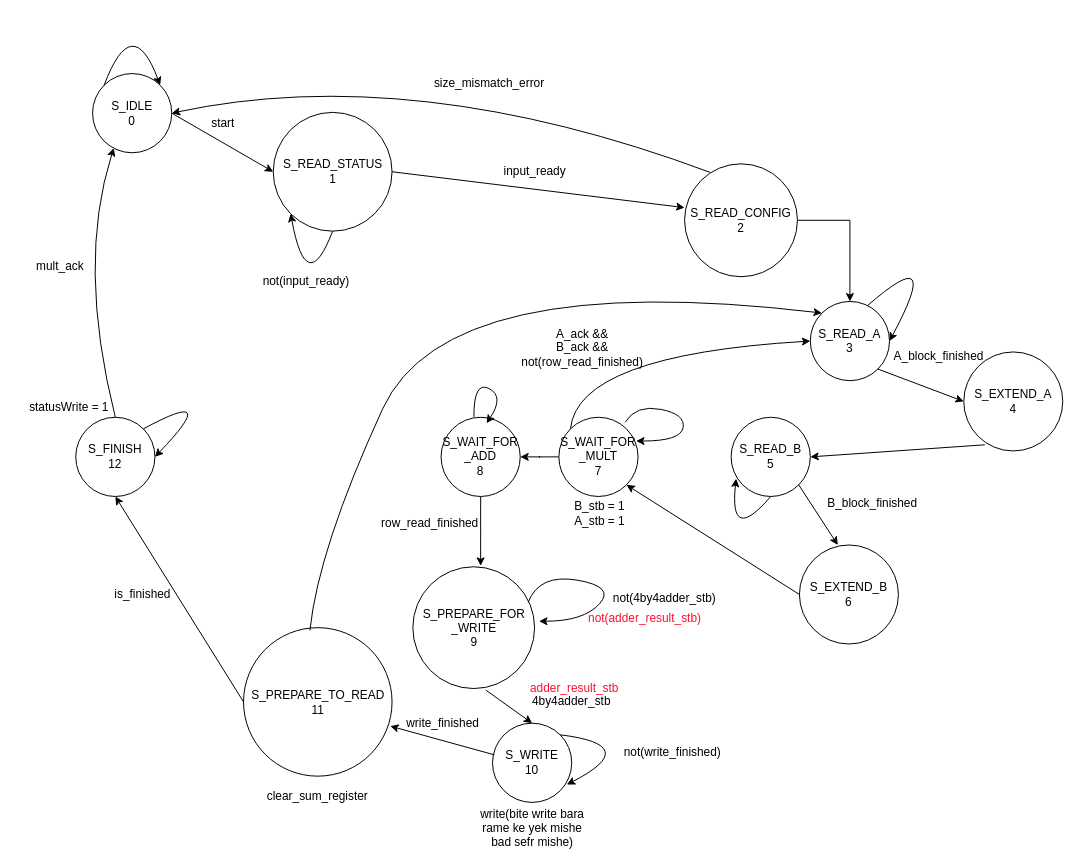
solale427/dsd_project keeps this draw.io diagram as project/modules/top/PROBABLY_LAST.drawio. Above is the earlier version. Source tidied: cells renumbered, new cells numbered last; positions are measured from the earlier drawing's top-left corner, leaving out a move shared by most shapes. Both pictures are drawn from the tidied source at 99%, with x=0, y=0 at pixel (17, 10).
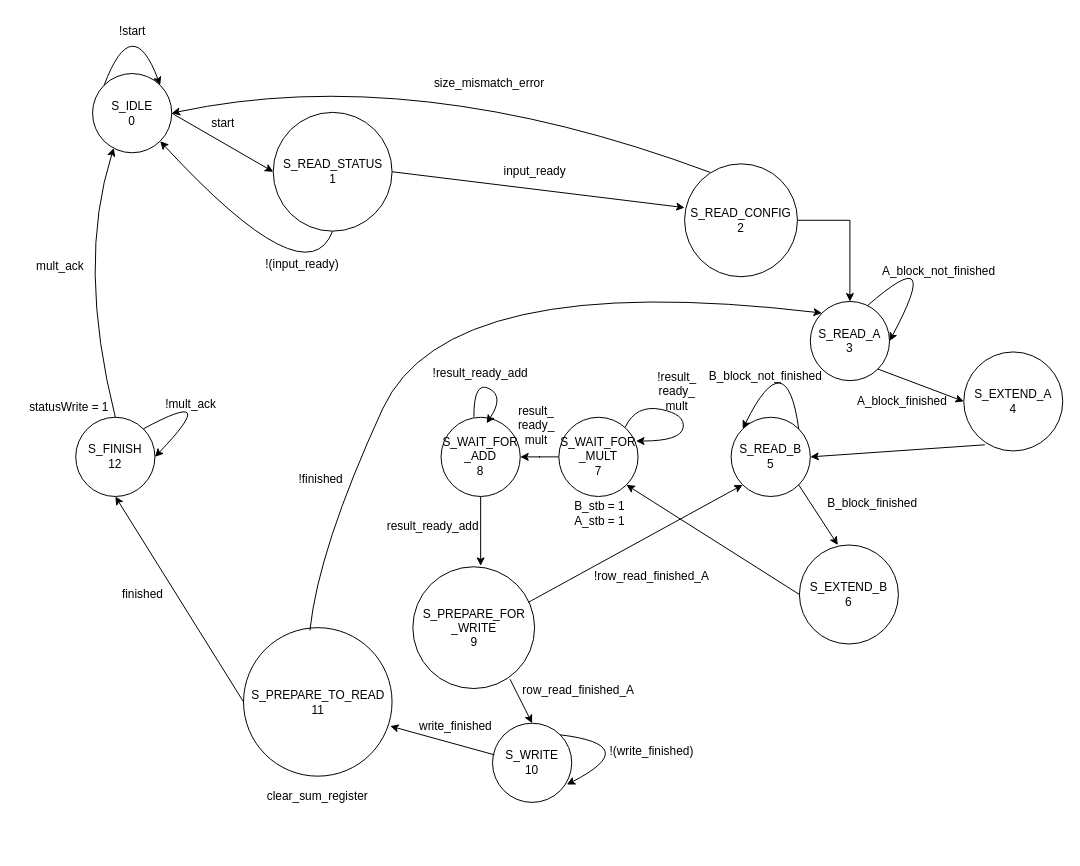
The same page after the edit.

The change refers to these unchanged cells:
```xml
<mxCell id="2" value="S_READ_STATUS&lt;br&gt;1" style="ellipse;whiteSpace=wrap;html=1;" parent="1" vertex="1">
  <mxGeometry x="258.5" y="103" width="120" height="120" as="geometry" />
</mxCell>
<mxCell id="8" value="S_READ_A&lt;br&gt;3" style="ellipse;whiteSpace=wrap;html=1;" parent="1" vertex="1">
  <mxGeometry x="801" y="294" width="80" height="80" as="geometry" />
</mxCell>
<mxCell id="11" value="S_READ_B&lt;br&gt;5" style="ellipse;whiteSpace=wrap;html=1;" parent="1" vertex="1">
  <mxGeometry x="721" y="411" width="80" height="80" as="geometry" />
</mxCell>
<mxCell id="13" value="S_WAIT_FOR&lt;br&gt;_MULT&lt;br&gt;7" style="ellipse;whiteSpace=wrap;html=1;" parent="1" vertex="1">
  <mxGeometry x="547" y="411" width="80" height="80" as="geometry" />
</mxCell>
<mxCell id="28" value="S_PREPARE_FOR&lt;br&gt;_WRITE&lt;br&gt;9" style="ellipse;whiteSpace=wrap;html=1;" parent="1" vertex="1">
  <mxGeometry x="399.5" y="562" width="123" height="123" as="geometry" />
</mxCell>
<mxCell id="30" value="S_WRITE&lt;br&gt;10" style="ellipse;whiteSpace=wrap;html=1;" parent="1" vertex="1">
  <mxGeometry x="480" y="720" width="80" height="80" as="geometry" />
</mxCell>
<mxCell id="51" value="S_IDLE&lt;br&gt;0" style="ellipse;whiteSpace=wrap;html=1;fontColor=#000000;" parent="1" vertex="1">
  <mxGeometry x="76" y="63.8" width="80" height="80" as="geometry" />
</mxCell>
```

The edit, as a diff of the source:
```diff
@@
-    <mxCell id="7" style="curved=1;endArrow=classic;html=1;exitX=0.5;exitY=1;exitDx=0;exitDy=0;entryX=0;entryY=1;entryDx=0;entryDy=0;" parent="1" edge="1" source="2" target="2">
+    <mxCell id="7" style="curved=1;endArrow=classic;html=1;exitX=0.5;exitY=1;exitDx=0;exitDy=0;entryX=1;entryY=1;entryDx=0;entryDy=0;" parent="1" edge="1" source="2" target="51">
       <mxGeometry relative="1" as="geometry">
         <Array as="points">
           <mxPoint x="292" y="292" />
         </Array>
       </mxGeometry>
     </mxCell>
@@
     <mxCell id="17" value="A_block_finished" style="text;html=1;strokeColor=none;fillColor=none;align=center;verticalAlign=middle;whiteSpace=wrap;rounded=0;" parent="1" vertex="1">
-      <mxGeometry x="881" y="335" width="100" height="30" as="geometry" />
+      <mxGeometry x="844" y="380" width="100" height="30" as="geometry" />
     </mxCell>
@@
-    <mxCell id="20" style="curved=1;endArrow=classic;html=1;exitX=0.5;exitY=1;exitDx=0;exitDy=0;entryX=0.063;entryY=0.775;entryDx=0;entryDy=0;entryPerimeter=0;" parent="1" edge="1" source="11" target="11">
+    <mxCell id="20" style="curved=1;endArrow=classic;html=1;exitX=1;exitY=0;exitDx=0;exitDy=0;entryX=0;entryY=0;entryDx=0;entryDy=0;" parent="1" edge="1" source="11" target="11">
       <mxGeometry relative="1" as="geometry">
         <Array as="points">
-          <mxPoint x="719" y="540" />
+          <mxPoint x="777" y="333" />
         </Array>
       </mxGeometry>
     </mxCell>
@@
-    <mxCell id="24" value="A_ack &amp;amp;&amp;amp;&lt;br&gt;B_ack &amp;amp;&amp;amp;&lt;br&gt;not(row_read_finished)" style="text;html=1;strokeColor=none;fillColor=none;align=center;verticalAlign=middle;whiteSpace=wrap;rounded=0;" parent="1" vertex="1">
-      <mxGeometry x="505" y="307" width="132" height="67" as="geometry" />
-    </mxCell>
-    <mxCell id="25" style="curved=1;endArrow=classic;html=1;exitX=0;exitY=0;exitDx=0;exitDy=0;entryX=0;entryY=0.5;entryDx=0;entryDy=0;" parent="1" edge="1" source="13" target="8">
-      <mxGeometry relative="1" as="geometry">
-        <Array as="points">
-          <mxPoint x="566" y="348" />
-        </Array>
-      </mxGeometry>
-    </mxCell>
@@
-    <mxCell id="31" style="endArrow=classic;html=1;exitX=0.6;exitY=1.013;exitDx=0;exitDy=0;exitPerimeter=0;entryX=0.5;entryY=0;entryDx=0;entryDy=0;" parent="1" edge="1" source="28" target="30">
+    <mxCell id="31" style="endArrow=classic;html=1;entryX=0.5;entryY=0;entryDx=0;entryDy=0;exitX=0.798;exitY=0.923;exitDx=0;exitDy=0;exitPerimeter=0;" parent="1" edge="1" source="28" target="30">
       <mxGeometry relative="1" as="geometry" />
     </mxCell>
-    <mxCell id="32" value="4by4adder_stb" style="text;html=1;strokeColor=none;fillColor=none;align=center;verticalAlign=middle;whiteSpace=wrap;rounded=0;" parent="1" vertex="1">
-      <mxGeometry x="501" y="675" width="118" height="45" as="geometry" />
-    </mxCell>
@@
-    <mxCell id="35" value="not(write_finished)" style="text;html=1;strokeColor=none;fillColor=none;align=center;verticalAlign=middle;whiteSpace=wrap;rounded=0;" parent="1" vertex="1">
-      <mxGeometry x="605" y="740" width="114" height="20" as="geometry" />
+    <mxCell id="35" value="!(write_finished)" style="text;html=1;strokeColor=none;fillColor=none;align=center;verticalAlign=middle;whiteSpace=wrap;rounded=0;" parent="1" vertex="1">
+      <mxGeometry x="584" y="739" width="114" height="20" as="geometry" />
     </mxCell>
-    <mxCell id="36" value="write(bite write bara rame ke yek mishe bad sefr mishe)" style="text;html=1;strokeColor=none;fillColor=none;align=center;verticalAlign=middle;whiteSpace=wrap;rounded=0;" parent="1" vertex="1">
-      <mxGeometry x="459.5" y="805" width="121" height="42" as="geometry" />
-    </mxCell>
@@
-    <mxCell id="39" value="is_finished&amp;nbsp;" style="text;html=1;strokeColor=none;fillColor=none;align=center;verticalAlign=middle;whiteSpace=wrap;rounded=0;" parent="1" vertex="1">
+    <mxCell id="39" value="finished&amp;nbsp;" style="text;html=1;strokeColor=none;fillColor=none;align=center;verticalAlign=middle;whiteSpace=wrap;rounded=0;" parent="1" vertex="1">
       <mxGeometry x="74.5" y="576" width="107" height="28" as="geometry" />
     </mxCell>
@@
-    <mxCell id="43" value="&lt;font&gt;not(input_ready)&lt;/font&gt;" style="text;html=1;strokeColor=none;fillColor=none;align=center;verticalAlign=middle;whiteSpace=wrap;rounded=0;fontColor=#000000;" parent="1" vertex="1">
-      <mxGeometry x="239" y="258.5" width="106" height="31" as="geometry" />
+    <mxCell id="43" value="&lt;font&gt;!(input_ready)&lt;/font&gt;" style="text;html=1;strokeColor=none;fillColor=none;align=center;verticalAlign=middle;whiteSpace=wrap;rounded=0;fontColor=#000000;" parent="1" vertex="1">
+      <mxGeometry x="235" y="241" width="106" height="31" as="geometry" />
     </mxCell>
@@
-    <mxCell id="45" value="row_read_finished" style="text;html=1;strokeColor=none;fillColor=none;align=center;verticalAlign=middle;whiteSpace=wrap;rounded=0;" parent="1" vertex="1">
-      <mxGeometry x="397" y="508" width="40" height="20" as="geometry" />
-    </mxCell>
-    <mxCell id="46" value="&lt;font color=&quot;#ff0f2f&quot;&gt;adder_result_stb&lt;/font&gt;" style="text;html=1;strokeColor=none;fillColor=none;align=center;verticalAlign=middle;whiteSpace=wrap;rounded=0;" parent="1" vertex="1">
-      <mxGeometry x="543" y="675" width="40" height="20" as="geometry" />
-    </mxCell>
-    <mxCell id="47" style="curved=1;endArrow=classic;html=1;" parent="1" edge="1">
+    <mxCell id="47" style="curved=1;endArrow=classic;html=1;entryX=0;entryY=1;entryDx=0;entryDy=0;" parent="1" edge="1" target="11">
       <mxGeometry relative="1" as="geometry">
         <mxPoint x="516" y="598" as="sourcePoint" />
-        <mxPoint x="527" y="617" as="targetPoint" />
-        <Array as="points">
-          <mxPoint x="527" y="569" />
-          <mxPoint x="604" y="582" />
-          <mxPoint x="572" y="617" />
-        </Array>
       </mxGeometry>
     </mxCell>
-    <mxCell id="48" value="not(4by4adder_stb)" style="text;html=1;strokeColor=none;fillColor=none;align=center;verticalAlign=middle;whiteSpace=wrap;rounded=0;" parent="1" vertex="1">
-      <mxGeometry x="634" y="584" width="40" height="20" as="geometry" />
+    <mxCell id="48" value="row_read_finished_A" style="text;html=1;strokeColor=none;fillColor=none;align=center;verticalAlign=middle;whiteSpace=wrap;rounded=0;" parent="1" vertex="1">
+      <mxGeometry x="497" y="677" width="140" height="20" as="geometry" />
     </mxCell>
-    <mxCell id="49" value="&lt;font color=&quot;#ff0f2f&quot;&gt;not(adder_result_stb)&lt;/font&gt;" style="text;html=1;strokeColor=none;fillColor=none;align=center;verticalAlign=middle;whiteSpace=wrap;rounded=0;" parent="1" vertex="1">
-      <mxGeometry x="614" y="604" width="40" height="20" as="geometry" />
-    </mxCell>
     <mxCell id="50" value="write_finished" style="text;html=1;strokeColor=none;fillColor=none;align=center;verticalAlign=middle;whiteSpace=wrap;rounded=0;" parent="1" vertex="1">
-      <mxGeometry x="409.5" y="710" width="40" height="20" as="geometry" />
+      <mxGeometry x="423" y="713" width="40" height="20" as="geometry" />
     </mxCell>
@@
     <mxCell id="58" style="curved=1;endArrow=classic;html=1;" parent="1" edge="1">
       <mxGeometry relative="1" as="geometry">
-        <mxPoint x="614" y="416" as="sourcePoint" />
+        <mxPoint x="614" y="421" as="sourcePoint" />
         <mxPoint x="625" y="435" as="targetPoint" />
         <Array as="points">
           <mxPoint x="625" y="398" />
           <mxPoint x="675" y="408" />
           <mxPoint x="670" y="435" />
         </Array>
       </mxGeometry>
     </mxCell>
@@
+    <mxCell id="60" value="!start" style="text;html=1;strokeColor=none;fillColor=none;align=center;verticalAlign=middle;whiteSpace=wrap;rounded=0;" parent="1" vertex="1">
+      <mxGeometry x="93.5" y="7" width="45" height="28" as="geometry" />
+    </mxCell>
+    <mxCell id="61" value="A_block_not_finished" style="text;html=1;strokeColor=none;fillColor=none;align=center;verticalAlign=middle;whiteSpace=wrap;rounded=0;" parent="1" vertex="1">
+      <mxGeometry x="881" y="249" width="100" height="30" as="geometry" />
+    </mxCell>
+    <mxCell id="62" value="B_block_not_finished" style="text;html=1;strokeColor=none;fillColor=none;align=center;verticalAlign=middle;whiteSpace=wrap;rounded=0;" parent="1" vertex="1">
+      <mxGeometry x="706" y="360" width="100" height="20" as="geometry" />
+    </mxCell>
+    <mxCell id="63" value="result_&lt;br&gt;ready_&lt;br&gt;mult" style="text;html=1;strokeColor=none;fillColor=none;align=center;verticalAlign=middle;whiteSpace=wrap;rounded=0;" parent="1" vertex="1">
+      <mxGeometry x="498" y="393" width="53" height="52" as="geometry" />
+    </mxCell>
+    <mxCell id="64" value="!result_&lt;br&gt;ready_&lt;br&gt;mult" style="text;html=1;strokeColor=none;fillColor=none;align=center;verticalAlign=middle;whiteSpace=wrap;rounded=0;" parent="1" vertex="1">
+      <mxGeometry x="644" y="355" width="45" height="60" as="geometry" />
+    </mxCell>
+    <mxCell id="65" value="!result_ready_add" style="text;html=1;strokeColor=none;fillColor=none;align=center;verticalAlign=middle;whiteSpace=wrap;rounded=0;" parent="1" vertex="1">
+      <mxGeometry x="417" y="354" width="102" height="26" as="geometry" />
+    </mxCell>
+    <mxCell id="66" value="result_ready_add" style="text;html=1;strokeColor=none;fillColor=none;align=center;verticalAlign=middle;whiteSpace=wrap;rounded=0;" parent="1" vertex="1">
+      <mxGeometry x="369" y="508" width="102" height="26" as="geometry" />
+    </mxCell>
+    <mxCell id="67" value="!row_read_finished_A" style="text;html=1;strokeColor=none;fillColor=none;align=center;verticalAlign=middle;whiteSpace=wrap;rounded=0;" parent="1" vertex="1">
+      <mxGeometry x="571" y="562" width="140" height="20" as="geometry" />
+    </mxCell>
+    <mxCell id="68" value="!finished&amp;nbsp;" style="text;html=1;strokeColor=none;fillColor=none;align=center;verticalAlign=middle;whiteSpace=wrap;rounded=0;" parent="1" vertex="1">
+      <mxGeometry x="255" y="460" width="107" height="28" as="geometry" />
+    </mxCell>
+    <mxCell id="69" value="!mult_ack" style="text;html=1;strokeColor=none;fillColor=none;align=center;verticalAlign=middle;whiteSpace=wrap;rounded=0;" parent="1" vertex="1">
+      <mxGeometry x="139" y="380" width="73" height="35" as="geometry" />
+    </mxCell>
```
